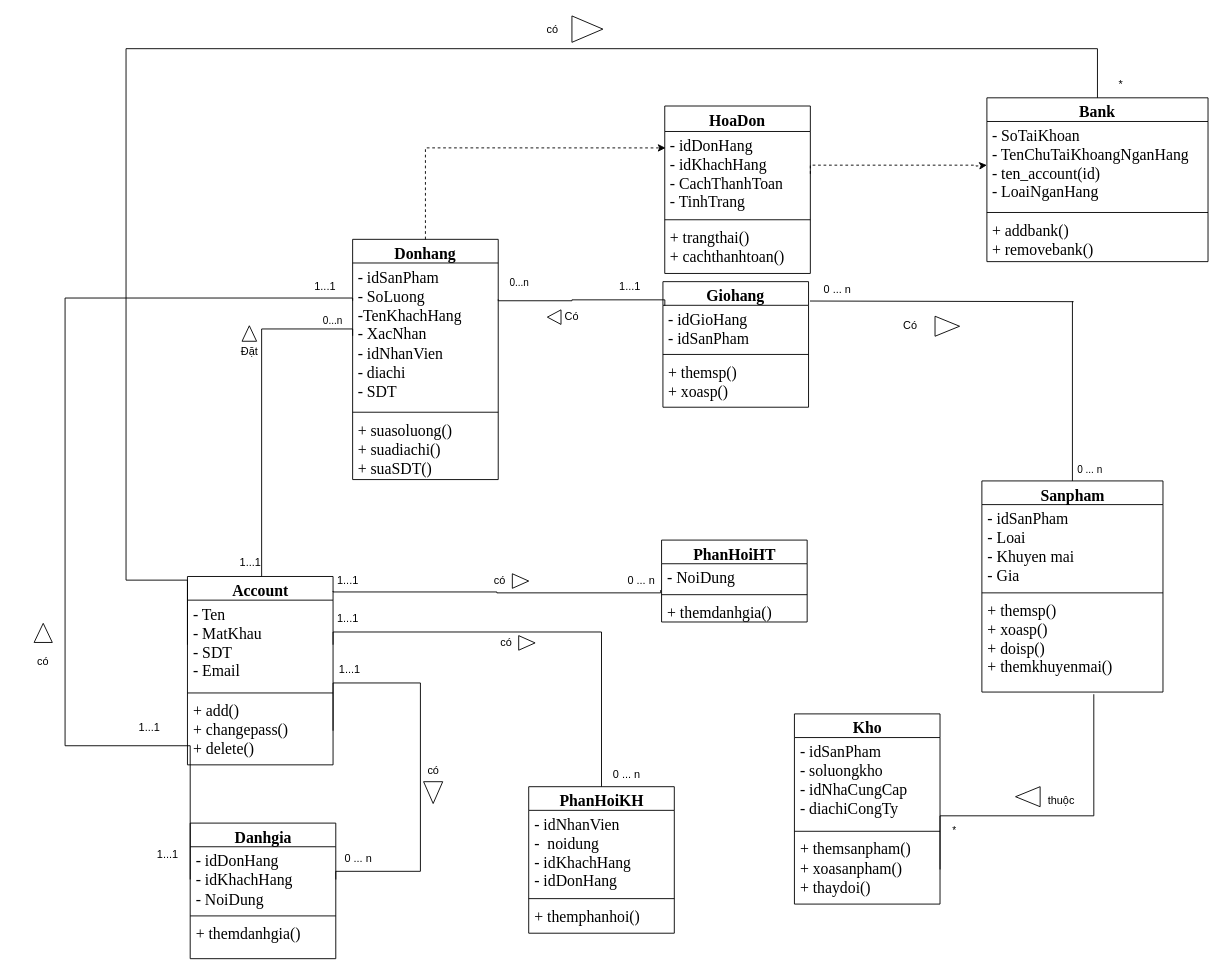
Above: page "Xây dựng biểu đồ lớp" (3 of 4) of CMC/Phân tích và thiết kế hệ thống/BÀI TẬP PHÂN TÍCH THIẾT KẾ HƯỚNG ĐỐI TƯỢNG.drawio in tranthihuong-753/test (draw.io), before the change. Source tidied: cells renumbered, new cells numbered last; positions are measured from the earlier drawing's top-left corner, leaving out a move shared by most shapes. Both pictures are drawn from the tidied source at 91%, with x=0, y=0 at pixel (15, 15).
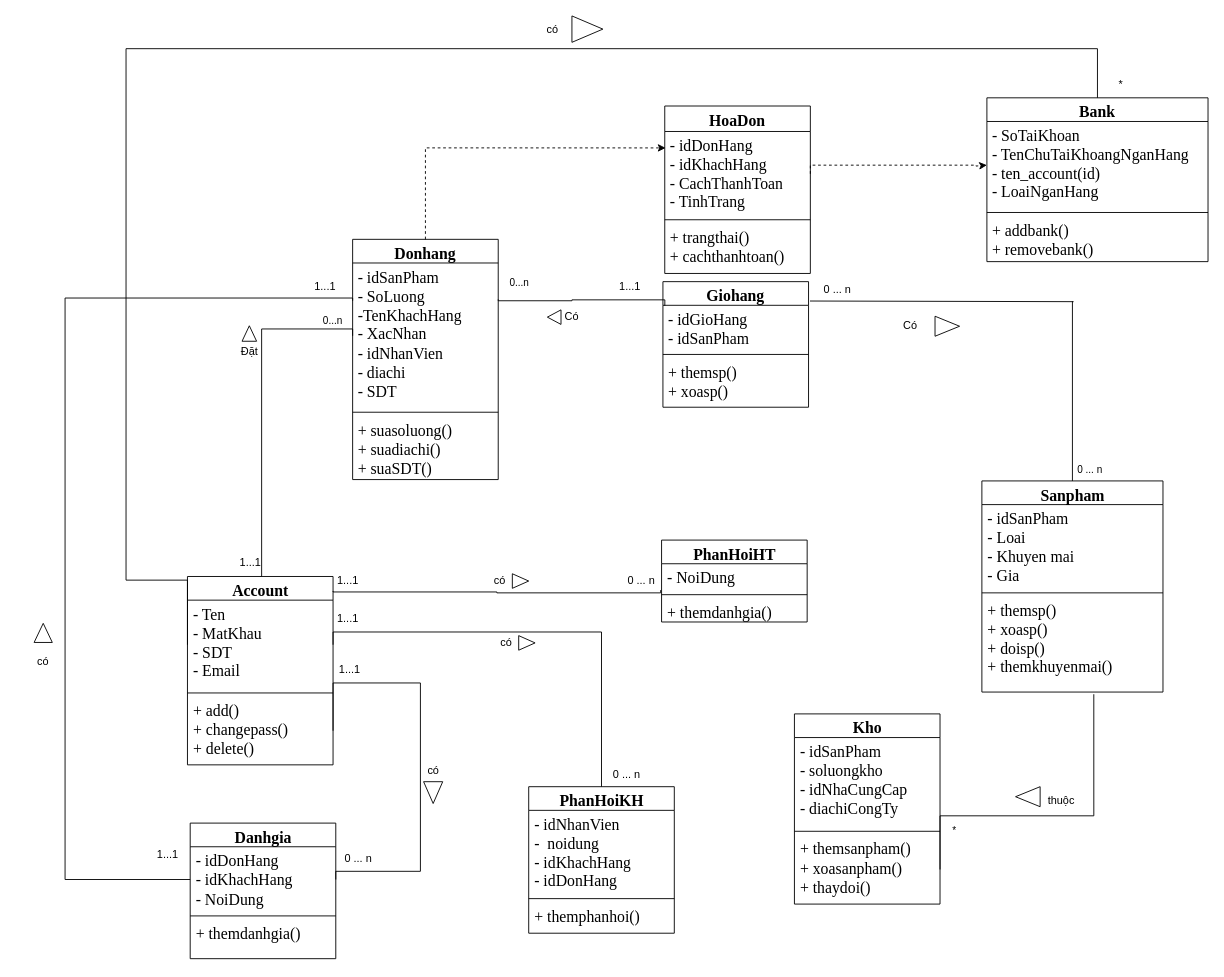
Above is the later version.

Unchanged cells that the change refers to:
```xml
<mxCell id="24" value="&lt;span id=&quot;docs-internal-guid-a8d13392-7fff-68ab-c160-7fca544c2ae6&quot;&gt;&lt;p style=&quot;line-height:1.2;margin-top:0pt;margin-bottom:0pt;&quot; dir=&quot;ltr&quot;&gt;&lt;span style=&quot;font-size: 13pt; font-family: &amp;quot;Times New Roman&amp;quot;, serif; background-color: transparent; font-variant-numeric: normal; font-variant-east-asian: normal; font-variant-alternates: normal; font-variant-position: normal; vertical-align: baseline; white-space-collapse: preserve;&quot;&gt;- idDonHang&lt;/span&gt;&lt;/p&gt;&lt;p style=&quot;line-height:1.2;margin-top:0pt;margin-bottom:0pt;&quot; dir=&quot;ltr&quot;&gt;&lt;span style=&quot;font-size: 13pt; font-family: &amp;quot;Times New Roman&amp;quot;, serif; background-color: transparent; font-variant-numeric: normal; font-variant-east-asian: normal; font-variant-alternates: normal; font-variant-position: normal; vertical-align: baseline; white-space-collapse: preserve;&quot;&gt;- idKhachHang&lt;/span&gt;&lt;/p&gt;&lt;p style=&quot;line-height:1.2;margin-top:0pt;margin-bottom:0pt;&quot; dir=&quot;ltr&quot;&gt;&lt;span style=&quot;font-size: 13pt; font-family: &amp;quot;Times New Roman&amp;quot;, serif; background-color: transparent; font-variant-numeric: normal; font-variant-east-asian: normal; font-variant-alternates: normal; font-variant-position: normal; vertical-align: baseline; white-space-collapse: preserve;&quot;&gt;- NoiDung&lt;/span&gt;&lt;/p&gt;&lt;div&gt;&lt;span style=&quot;font-size: 13pt; font-family: &amp;quot;Times New Roman&amp;quot;, serif; background-color: transparent; font-variant-numeric: normal; font-variant-east-asian: normal; font-variant-alternates: normal; font-variant-position: normal; vertical-align: baseline; white-space-collapse: preserve;&quot;&gt;&lt;br&gt;&lt;/span&gt;&lt;/div&gt;&lt;/span&gt;" style="text;strokeColor=none;fillColor=none;align=left;verticalAlign=top;spacingLeft=4;spacingRight=4;overflow=hidden;points=[[0,0.5],[1,0.5]];portConstraint=eastwest;whiteSpace=wrap;html=1;fontFamily=Helvetica;fontStyle=0;" parent="23" vertex="1">
  <mxGeometry y="26" width="160" height="72" as="geometry" />
</mxCell>
<mxCell id="70" value="1...1" style="text;html=1;align=center;verticalAlign=middle;whiteSpace=wrap;rounded=0;fontFamily=Helvetica;fontStyle=0;" parent="1" vertex="1">
  <mxGeometry x="310" y="283" width="60" height="30" as="geometry" />
</mxCell>
```

Diff of the diagram source:
```diff
@@
     <mxCell id="68" style="edgeStyle=orthogonalEdgeStyle;rounded=0;jettySize=auto;html=1;exitX=0;exitY=0.5;exitDx=0;exitDy=0;entryX=1;entryY=1;entryDx=0;entryDy=0;endArrow=none;endFill=0;fontFamily=Helvetica;fontStyle=0;" parent="1" edge="1" source="24" target="70">
       <mxGeometry relative="1" as="geometry">
         <Array as="points">
-          <mxPoint x="54" y="802" />
+          <mxPoint x="54" y="949" />
           <mxPoint x="54" y="310" />
           <mxPoint x="370" y="310" />
         </Array>
       </mxGeometry>
     </mxCell>
@@
-    <mxCell id="79" value="1...1" style="text;html=1;align=center;verticalAlign=middle;whiteSpace=wrap;rounded=0;fontFamily=Helvetica;fontStyle=0;" parent="1" vertex="1">
-      <mxGeometry x="117" y="767" width="60" height="30" as="geometry" />
-    </mxCell>
```
